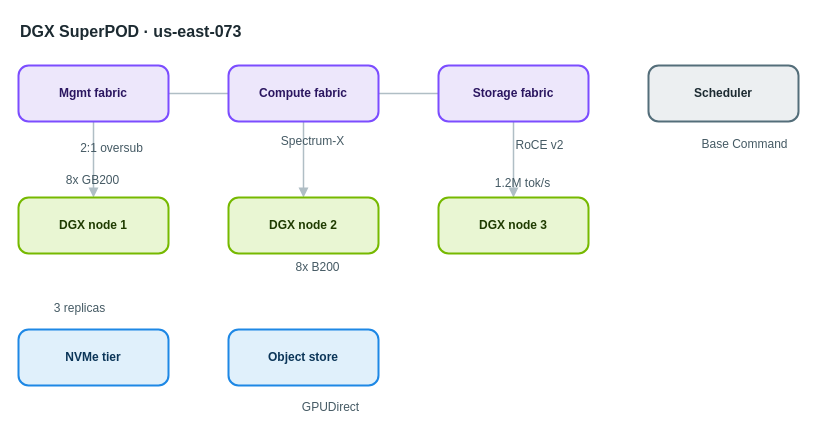
Earlier version of the draw.io diagram apps/web/public/samples/library/073-dgx-superpod.drawio (AryanG01/open-apprentice). Source tidied: cells renumbered, new cells numbered last; positions are measured from the earlier drawing's top-left corner, leaving out a move shared by most shapes. Both pictures are drawn from the tidied source at 100%, with x=0, y=0 at pixel (18, 17).
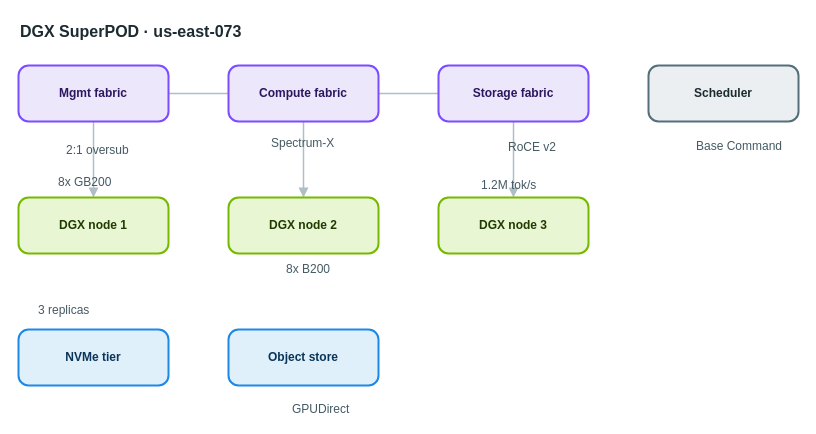
The same diagram, later.

Change to the diagram source:
```diff
@@
-    <mxCell id="15" value="2:1 oversub" style="text;html=1;align=center;verticalAlign=middle;whiteSpace=nowrap;strokeColor=none;fillColor=none;fontSize=12;fontColor=#455a64;" parent="1" vertex="1">
+    <mxCell id="15" value="2:1 oversub" style="text;html=1;align=left;verticalAlign=top;whiteSpace=nowrap;spacing=0;spacingTop=0;strokeColor=none;fillColor=none;fontSize=12;fontColor=#455a64;" parent="1" vertex="1">
       <mxGeometry x="48" y="121" width="89" height="20" as="geometry" />
     </mxCell>
-    <mxCell id="16" value="Spectrum-X" style="text;html=1;align=center;verticalAlign=middle;whiteSpace=nowrap;strokeColor=none;fillColor=none;fontSize=12;fontColor=#455a64;" parent="1" vertex="1">
+    <mxCell id="16" value="Spectrum-X" style="text;html=1;align=left;verticalAlign=top;whiteSpace=nowrap;spacing=0;spacingTop=0;strokeColor=none;fillColor=none;fontSize=12;fontColor=#455a64;" parent="1" vertex="1">
       <mxGeometry x="253" y="114" width="82" height="20" as="geometry" />
     </mxCell>
-    <mxCell id="17" value="RoCE v2" style="text;html=1;align=center;verticalAlign=middle;whiteSpace=nowrap;strokeColor=none;fillColor=none;fontSize=12;fontColor=#455a64;" parent="1" vertex="1">
+    <mxCell id="17" value="RoCE v2" style="text;html=1;align=left;verticalAlign=top;whiteSpace=nowrap;spacing=0;spacingTop=0;strokeColor=none;fillColor=none;fontSize=12;fontColor=#455a64;" parent="1" vertex="1">
       <mxGeometry x="490" y="118" width="61" height="20" as="geometry" />
     </mxCell>
-    <mxCell id="18" value="8x GB200" style="text;html=1;align=center;verticalAlign=middle;whiteSpace=nowrap;strokeColor=none;fillColor=none;fontSize=12;fontColor=#455a64;" parent="1" vertex="1">
+    <mxCell id="18" value="8x GB200" style="text;html=1;align=left;verticalAlign=top;whiteSpace=nowrap;spacing=0;spacingTop=0;strokeColor=none;fillColor=none;fontSize=12;fontColor=#455a64;" parent="1" vertex="1">
       <mxGeometry x="40" y="153" width="68" height="20" as="geometry" />
     </mxCell>
-    <mxCell id="19" value="8x B200" style="text;html=1;align=center;verticalAlign=middle;whiteSpace=nowrap;strokeColor=none;fillColor=none;fontSize=12;fontColor=#455a64;" parent="1" vertex="1">
+    <mxCell id="19" value="8x B200" style="text;html=1;align=left;verticalAlign=top;whiteSpace=nowrap;spacing=0;spacingTop=0;strokeColor=none;fillColor=none;fontSize=12;fontColor=#455a64;" parent="1" vertex="1">
       <mxGeometry x="268" y="240" width="61" height="20" as="geometry" />
     </mxCell>
-    <mxCell id="20" value="1.2M tok/s" style="text;html=1;align=center;verticalAlign=middle;whiteSpace=nowrap;strokeColor=none;fillColor=none;fontSize=12;fontColor=#455a64;" parent="1" vertex="1">
+    <mxCell id="20" value="1.2M tok/s" style="text;html=1;align=left;verticalAlign=top;whiteSpace=nowrap;spacing=0;spacingTop=0;strokeColor=none;fillColor=none;fontSize=12;fontColor=#455a64;" parent="1" vertex="1">
       <mxGeometry x="463" y="156" width="82" height="20" as="geometry" />
     </mxCell>
-    <mxCell id="21" value="3 replicas" style="text;html=1;align=center;verticalAlign=middle;whiteSpace=nowrap;strokeColor=none;fillColor=none;fontSize=12;fontColor=#455a64;" parent="1" vertex="1">
+    <mxCell id="21" value="3 replicas" style="text;html=1;align=left;verticalAlign=top;whiteSpace=nowrap;spacing=0;spacingTop=0;strokeColor=none;fillColor=none;fontSize=12;fontColor=#455a64;" parent="1" vertex="1">
       <mxGeometry x="20" y="281" width="82" height="20" as="geometry" />
     </mxCell>
-    <mxCell id="22" value="GPUDirect" style="text;html=1;align=center;verticalAlign=middle;whiteSpace=nowrap;strokeColor=none;fillColor=none;fontSize=12;fontColor=#455a64;" parent="1" vertex="1">
+    <mxCell id="22" value="GPUDirect" style="text;html=1;align=left;verticalAlign=top;whiteSpace=nowrap;spacing=0;spacingTop=0;strokeColor=none;fillColor=none;fontSize=12;fontColor=#455a64;" parent="1" vertex="1">
       <mxGeometry x="274" y="380" width="75" height="20" as="geometry" />
     </mxCell>
-    <mxCell id="23" value="Base Command" style="text;html=1;align=center;verticalAlign=middle;whiteSpace=nowrap;strokeColor=none;fillColor=none;fontSize=12;fontColor=#455a64;" parent="1" vertex="1">
+    <mxCell id="23" value="Base Command" style="text;html=1;align=left;verticalAlign=top;whiteSpace=nowrap;spacing=0;spacingTop=0;strokeColor=none;fillColor=none;fontSize=12;fontColor=#455a64;" parent="1" vertex="1">
       <mxGeometry x="678" y="117" width="96" height="20" as="geometry" />
     </mxCell>
```
